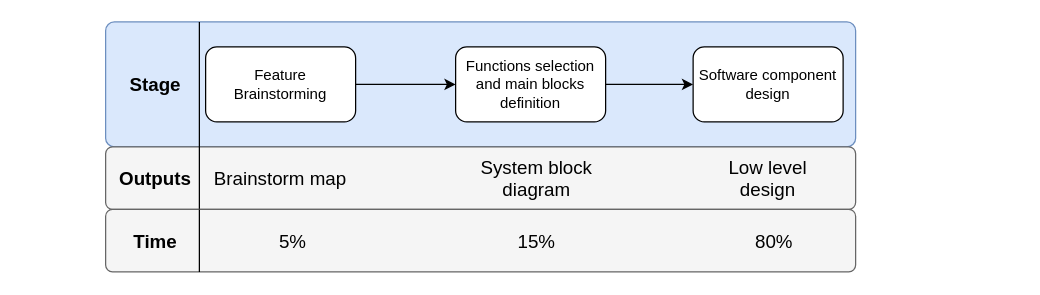
Above: Report/Pictures/Software/SoftwareDesignProcedure.drawio in NicolaiFransen/SemesterProjectPED2 (draw.io), before the change. Source tidied: cells renumbered, new cells numbered last; positions are measured from the earlier drawing's top-left corner, leaving out a move shared by most shapes. Both pictures are drawn from the tidied source at 125%, with x=0, y=0 at pixel (105, 21).
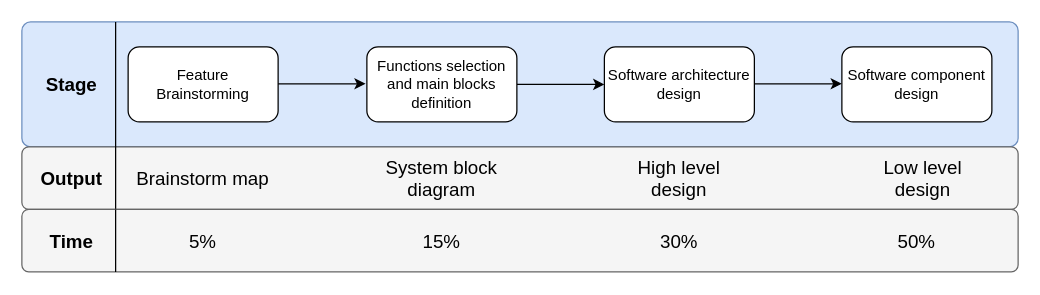
The same diagram, later.

Change to the diagram source:
```diff
@@
     <mxCell id="2" style="rounded=1;whiteSpace=wrap;html=1;fontSize=15;arcSize=7;fillColor=#dae8fc;strokeColor=#6c8ebf;" parent="1" vertex="1">
-      <mxGeometry width="600" height="100" as="geometry" />
+      <mxGeometry x="-67" width="797" height="100" as="geometry" />
     </mxCell>
     <mxCell id="3" style="rounded=1;whiteSpace=wrap;html=1;fontSize=15;arcSize=11;fillColor=#f5f5f5;strokeColor=#666666;fontColor=#333333;" parent="1" vertex="1">
-      <mxGeometry y="100" width="600" height="50" as="geometry" />
+      <mxGeometry x="-67" y="100" width="797" height="50" as="geometry" />
     </mxCell>
-    <mxCell id="4" style="edgeStyle=orthogonalEdgeStyle;rounded=0;jettySize=auto;html=1;" parent="1" edge="1" source="5" target="7">
-      <mxGeometry relative="1" as="geometry" />
-    </mxCell>
     <mxCell id="5" value="Feature Brainstorming" style="rounded=1;whiteSpace=wrap;html=1;" parent="1" vertex="1">
-      <mxGeometry x="80" y="20" width="120" height="60" as="geometry" />
+      <mxGeometry x="18" y="20" width="120" height="60" as="geometry" />
     </mxCell>
@@
     <mxCell id="7" value="Functions selection and main blocks definition" style="rounded=1;whiteSpace=wrap;html=1;" parent="1" vertex="1">
-      <mxGeometry x="280" y="20" width="120" height="60" as="geometry" />
+      <mxGeometry x="209" y="20" width="120" height="60" as="geometry" />
     </mxCell>
-    <mxCell id="8" value="Software component design" style="rounded=1;whiteSpace=wrap;html=1;" parent="1" vertex="1">
-      <mxGeometry x="470" y="20" width="120" height="60" as="geometry" />
+    <mxCell id="8" value="Software architecture design" style="rounded=1;whiteSpace=wrap;html=1;" parent="1" vertex="1">
+      <mxGeometry x="399" y="20" width="120" height="60" as="geometry" />
     </mxCell>
+    <mxCell id="22" value="Software component design" style="rounded=1;whiteSpace=wrap;html=1;" parent="1" vertex="1">
+      <mxGeometry x="589" y="20" width="120" height="60" as="geometry" />
+    </mxCell>
-    <mxCell id="9" value="Outputs" style="text;html=1;strokeColor=none;fillColor=none;align=center;verticalAlign=middle;whiteSpace=wrap;rounded=0;fontStyle=1;fontSize=15;" parent="1" vertex="1">
-      <mxGeometry x="20" y="115" width="40" height="20" as="geometry" />
+    <mxCell id="9" value="Output" style="text;html=1;strokeColor=none;fillColor=none;align=center;verticalAlign=middle;whiteSpace=wrap;rounded=0;fontStyle=1;fontSize=15;" parent="1" vertex="1">
+      <mxGeometry x="-47" y="115" width="40" height="20" as="geometry" />
     </mxCell>
     <mxCell id="10" value="Brainstorm map" style="text;html=1;strokeColor=none;fillColor=none;align=center;verticalAlign=middle;whiteSpace=wrap;rounded=0;fontStyle=0;fontSize=15;" parent="1" vertex="1">
-      <mxGeometry x="85" y="115" width="110" height="20" as="geometry" />
+      <mxGeometry x="23" y="115" width="110" height="20" as="geometry" />
     </mxCell>
     <mxCell id="11" value="System block diagram" style="text;html=1;strokeColor=none;fillColor=none;align=center;verticalAlign=middle;whiteSpace=wrap;rounded=0;fontStyle=0;fontSize=15;" parent="1" vertex="1">
-      <mxGeometry x="290" y="115" width="110" height="20" as="geometry" />
+      <mxGeometry x="214" y="115" width="110" height="20" as="geometry" />
     </mxCell>
+    <mxCell id="23" value="High level design" style="text;html=1;strokeColor=none;fillColor=none;align=center;verticalAlign=middle;whiteSpace=wrap;rounded=0;fontStyle=0;fontSize=15;" parent="1" vertex="1">
+      <mxGeometry x="404" y="115" width="110" height="20" as="geometry" />
+    </mxCell>
     <mxCell id="12" value="Low level design" style="text;html=1;strokeColor=none;fillColor=none;align=center;verticalAlign=middle;whiteSpace=wrap;rounded=0;fontStyle=0;fontSize=15;" parent="1" vertex="1">
-      <mxGeometry x="475" y="115" width="110" height="20" as="geometry" />
+      <mxGeometry x="599" y="115" width="110" height="20" as="geometry" />
     </mxCell>
     <mxCell id="13" style="endArrow=none;html=1;fontSize=15;exitX=0.125;exitY=1.02;exitDx=0;exitDy=0;exitPerimeter=0;" parent="1" edge="1">
       <mxGeometry relative="1" as="geometry">
-        <mxPoint x="75" y="100" as="sourcePoint" />
-        <mxPoint x="75" as="targetPoint" />
+        <mxPoint x="8" y="100" as="sourcePoint" />
+        <mxPoint x="8" as="targetPoint" />
       </mxGeometry>
     </mxCell>
     <mxCell id="14" value="Stage" style="text;html=1;strokeColor=none;fillColor=none;align=center;verticalAlign=middle;whiteSpace=wrap;rounded=0;fontStyle=1;fontSize=15;" parent="1" vertex="1">
-      <mxGeometry x="20" y="40" width="40" height="20" as="geometry" />
+      <mxGeometry x="-47" y="40" width="40" height="20" as="geometry" />
     </mxCell>
     <mxCell id="15" style="endArrow=none;html=1;fontSize=15;" parent="1" edge="1">
       <mxGeometry relative="1" as="geometry">
-        <mxPoint x="75" y="150" as="sourcePoint" />
-        <mxPoint x="75" y="100" as="targetPoint" />
+        <mxPoint x="8" y="150" as="sourcePoint" />
+        <mxPoint x="8" y="100" as="targetPoint" />
       </mxGeometry>
     </mxCell>
     <mxCell id="16" style="rounded=1;whiteSpace=wrap;html=1;fontSize=15;arcSize=11;fillColor=#f5f5f5;strokeColor=#666666;fontColor=#333333;" parent="1" vertex="1">
-      <mxGeometry y="150" width="600" height="50" as="geometry" />
+      <mxGeometry x="-67" y="150" width="797" height="50" as="geometry" />
     </mxCell>
     <mxCell id="17" value="Time" style="text;html=1;strokeColor=none;fillColor=none;align=center;verticalAlign=middle;whiteSpace=wrap;rounded=0;fontStyle=1;fontSize=15;" parent="1" vertex="1">
-      <mxGeometry x="20" y="165" width="40" height="20" as="geometry" />
+      <mxGeometry x="-47" y="165" width="40" height="20" as="geometry" />
     </mxCell>
     <mxCell id="18" style="endArrow=none;html=1;fontSize=15;" parent="1" edge="1">
       <mxGeometry relative="1" as="geometry">
-        <mxPoint x="75" y="200" as="sourcePoint" />
-        <mxPoint x="75" y="150" as="targetPoint" />
+        <mxPoint x="8" y="200" as="sourcePoint" />
+        <mxPoint x="8" y="150" as="targetPoint" />
       </mxGeometry>
     </mxCell>
     <mxCell id="19" value="5%" style="text;html=1;strokeColor=none;fillColor=none;align=center;verticalAlign=middle;whiteSpace=wrap;rounded=0;fontStyle=0;fontSize=15;" parent="1" vertex="1">
-      <mxGeometry x="95" y="165" width="110" height="20" as="geometry" />
+      <mxGeometry x="23" y="165" width="110" height="20" as="geometry" />
     </mxCell>
     <mxCell id="20" value="15%&lt;br&gt;" style="text;html=1;strokeColor=none;fillColor=none;align=center;verticalAlign=middle;whiteSpace=wrap;rounded=0;fontStyle=0;fontSize=15;" parent="1" vertex="1">
-      <mxGeometry x="290" y="165" width="110" height="20" as="geometry" />
+      <mxGeometry x="214" y="165" width="110" height="20" as="geometry" />
     </mxCell>
+    <mxCell id="24" value="30%&lt;br&gt;" style="text;html=1;strokeColor=none;fillColor=none;align=center;verticalAlign=middle;whiteSpace=wrap;rounded=0;fontStyle=0;fontSize=15;" parent="1" vertex="1">
+      <mxGeometry x="404" y="165" width="110" height="20" as="geometry" />
+    </mxCell>
-    <mxCell id="21" value="80%" style="text;html=1;strokeColor=none;fillColor=none;align=center;verticalAlign=middle;whiteSpace=wrap;rounded=0;fontStyle=0;fontSize=15;" parent="1" vertex="1">
-      <mxGeometry x="480" y="165" width="110" height="20" as="geometry" />
+    <mxCell id="21" value="50%" style="text;html=1;strokeColor=none;fillColor=none;align=center;verticalAlign=middle;whiteSpace=wrap;rounded=0;fontStyle=0;fontSize=15;" parent="1" vertex="1">
+      <mxGeometry x="594" y="165" width="110" height="20" as="geometry" />
     </mxCell>
+    <mxCell id="25" style="edgeStyle=orthogonalEdgeStyle;rounded=0;orthogonalLoop=1;jettySize=auto;html=1;" parent="1" edge="1">
+      <mxGeometry relative="1" as="geometry">
+        <mxPoint x="519" y="49.5" as="sourcePoint" />
+        <mxPoint x="589" y="49.5" as="targetPoint" />
+      </mxGeometry>
+    </mxCell>
+    <mxCell id="26" style="edgeStyle=orthogonalEdgeStyle;rounded=0;orthogonalLoop=1;jettySize=auto;html=1;" parent="1" edge="1">
+      <mxGeometry relative="1" as="geometry">
+        <mxPoint x="138" y="49.5" as="sourcePoint" />
+        <mxPoint x="208" y="49.5" as="targetPoint" />
+      </mxGeometry>
+    </mxCell>
```
